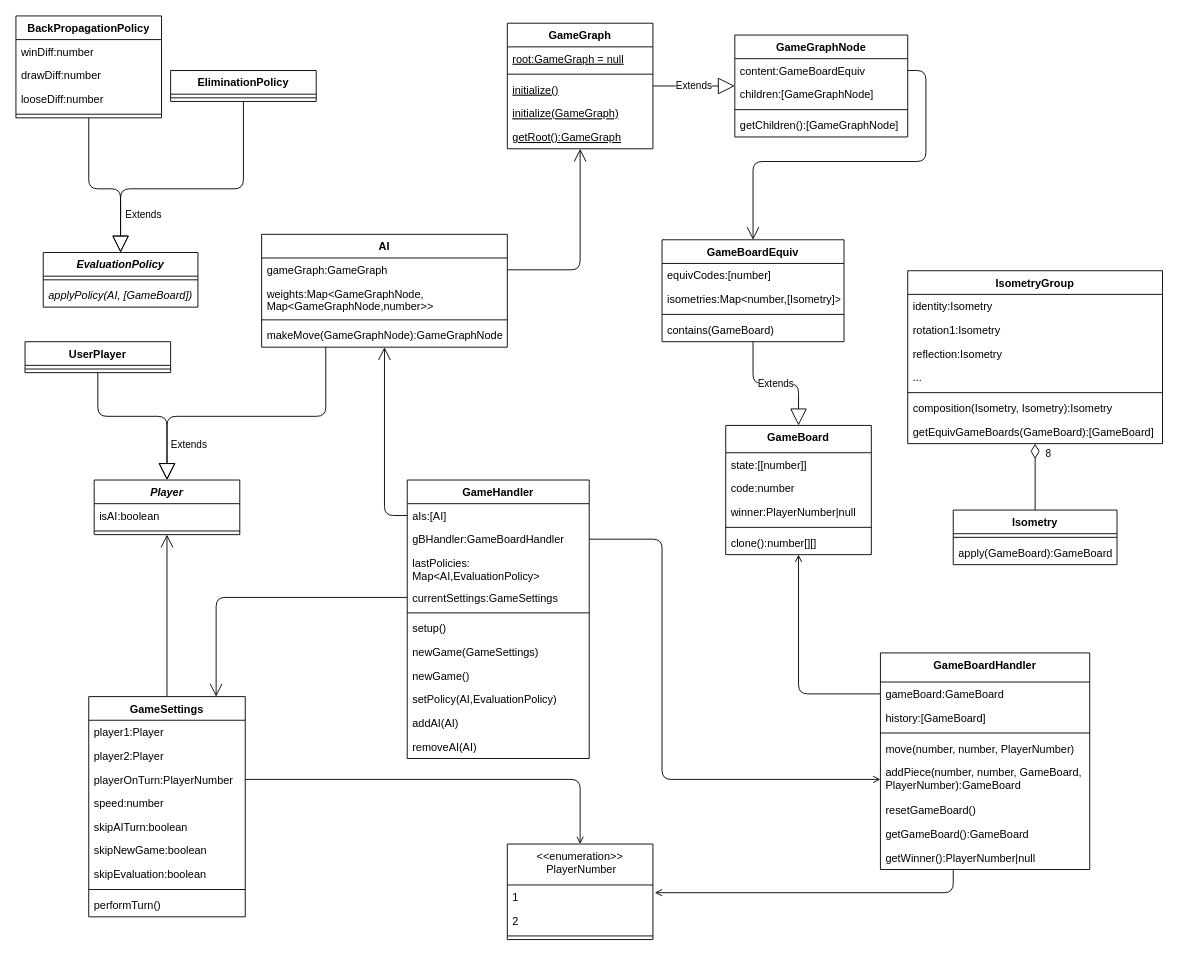
Earlier version of the draw.io diagram ProductBacklog/Klassendiagramme/Planung.drawio (idlaviV/TIKTacToe). Source tidied: cells renumbered, new cells numbered last; positions are measured from the earlier drawing's top-left corner, leaving out a move shared by most shapes. Both pictures are drawn from the tidied source at 91%, with x=0, y=0 at pixel (15, 15).
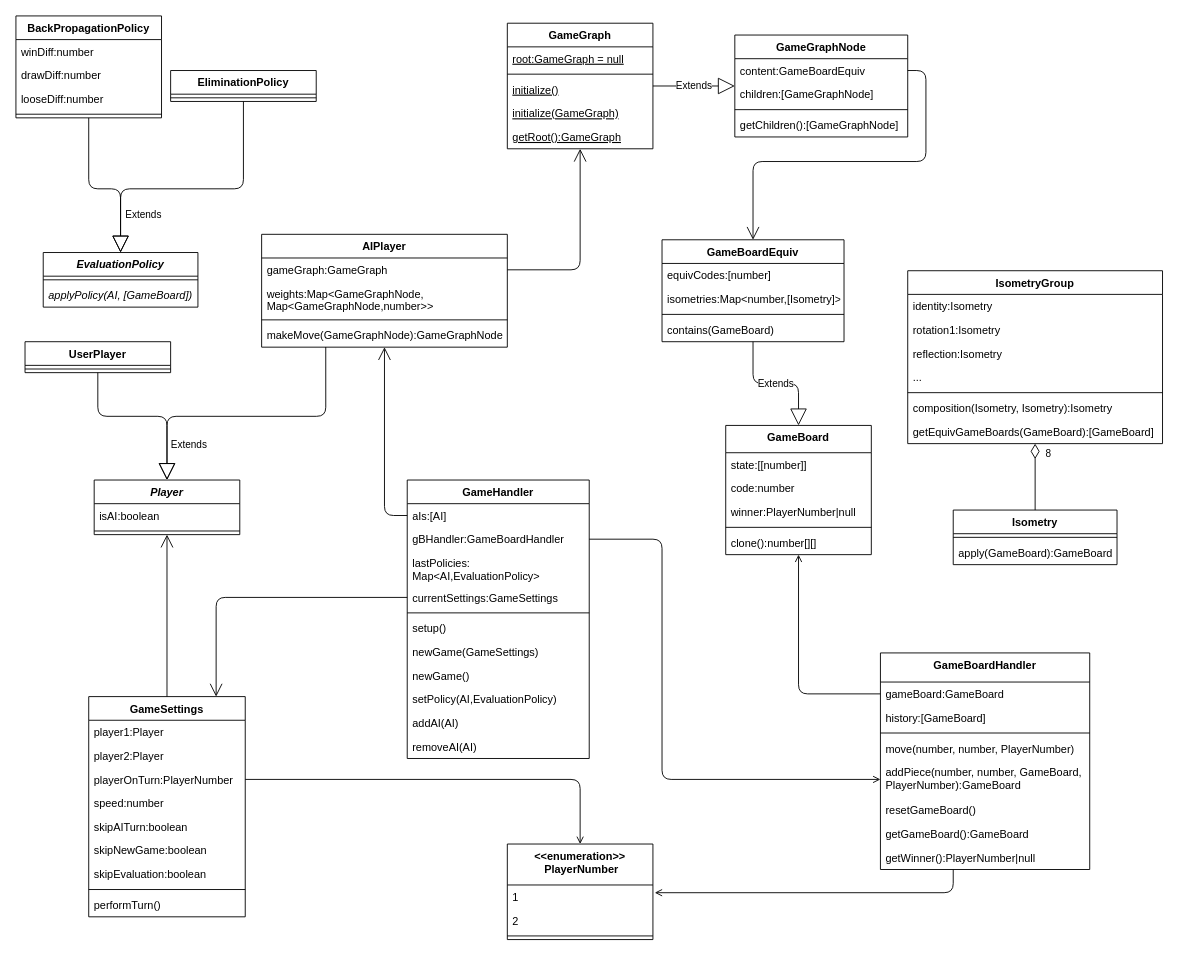
Above is the later version.

Commit message:
Klassendiagramm überarbeitung

Diff of the diagram source:
```diff
@@
-    <mxCell id="18" value="&lt;&lt;enumeration&gt;&gt;&#10; PlayerNumber" style="swimlane;fontStyle=0;align=center;verticalAlign=top;horizontal=1;startSize=45;rounded=0;shadow=0;strokeWidth=1;" parent="1" vertex="1">
+    <mxCell id="18" value="&lt;&lt;enumeration&gt;&gt;&#10; PlayerNumber" style="swimlane;fontStyle=1;align=center;verticalAlign=top;horizontal=1;startSize=45;rounded=0;shadow=0;strokeWidth=1;" parent="1" vertex="1">
       <mxGeometry x="540" y="910" width="160" height="105" as="geometry" />
     </mxCell>
@@
-    <mxCell id="55" value="AI" style="swimlane;fontStyle=1;align=center;verticalAlign=top;horizontal=1;startSize=26;" parent="1" vertex="1">
+    <mxCell id="55" value="AIPlayer" style="swimlane;fontStyle=1;align=center;verticalAlign=top;horizontal=1;startSize=26;" parent="1" vertex="1">
       <mxGeometry x="270" y="240" width="270" height="124" as="geometry" />
     </mxCell>
```
